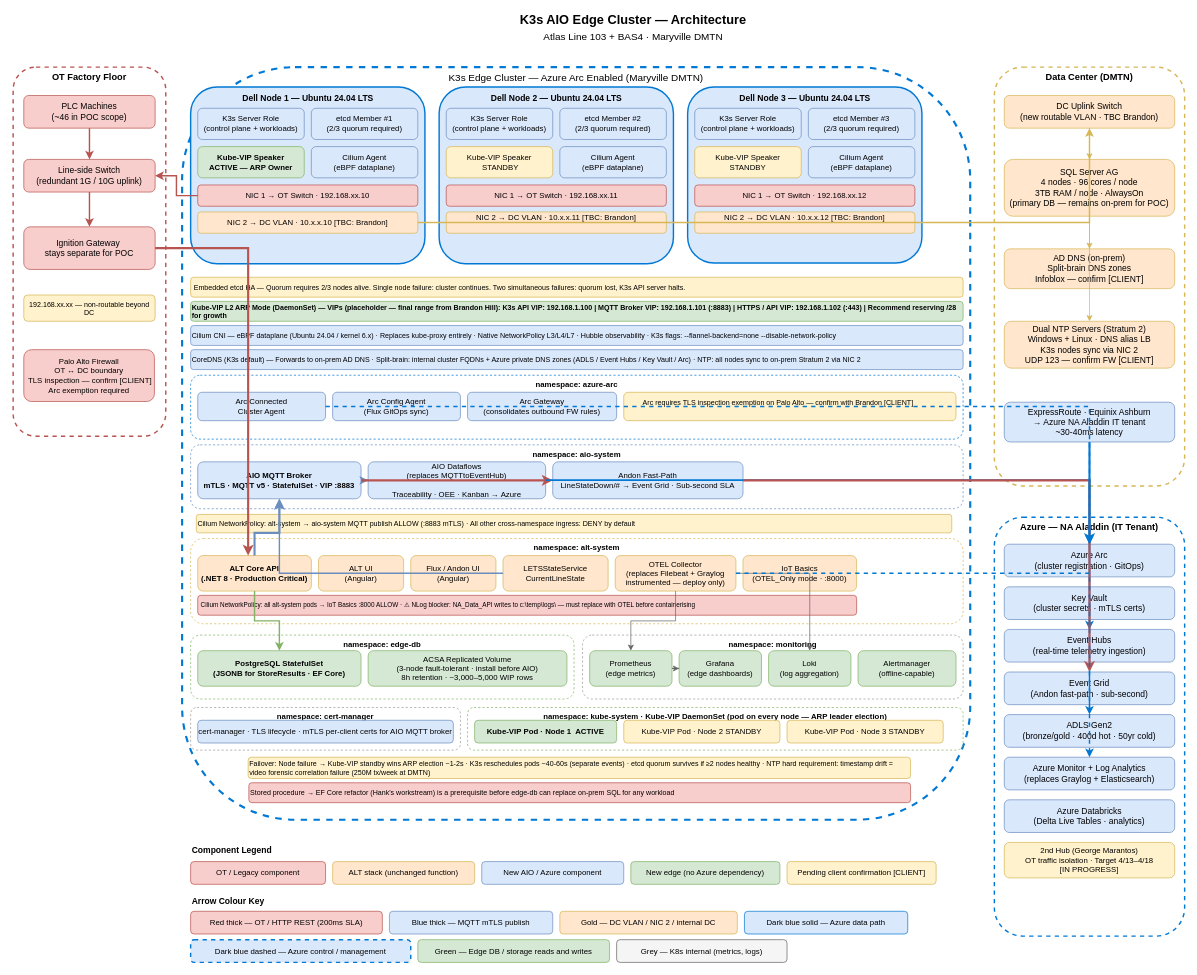
This is page "Architecture" (1 of 5) of aio/AIO.drawio from avinashr-insight/manufacturing-iot, a draw.io file, before an edit. Source tidied: cells renumbered, new cells numbered last; positions are measured from the earlier drawing's top-left corner, leaving out a move shared by most shapes. Both pictures are drawn from the tidied source at 71%, with x=0, y=0 at pixel (13, 12).
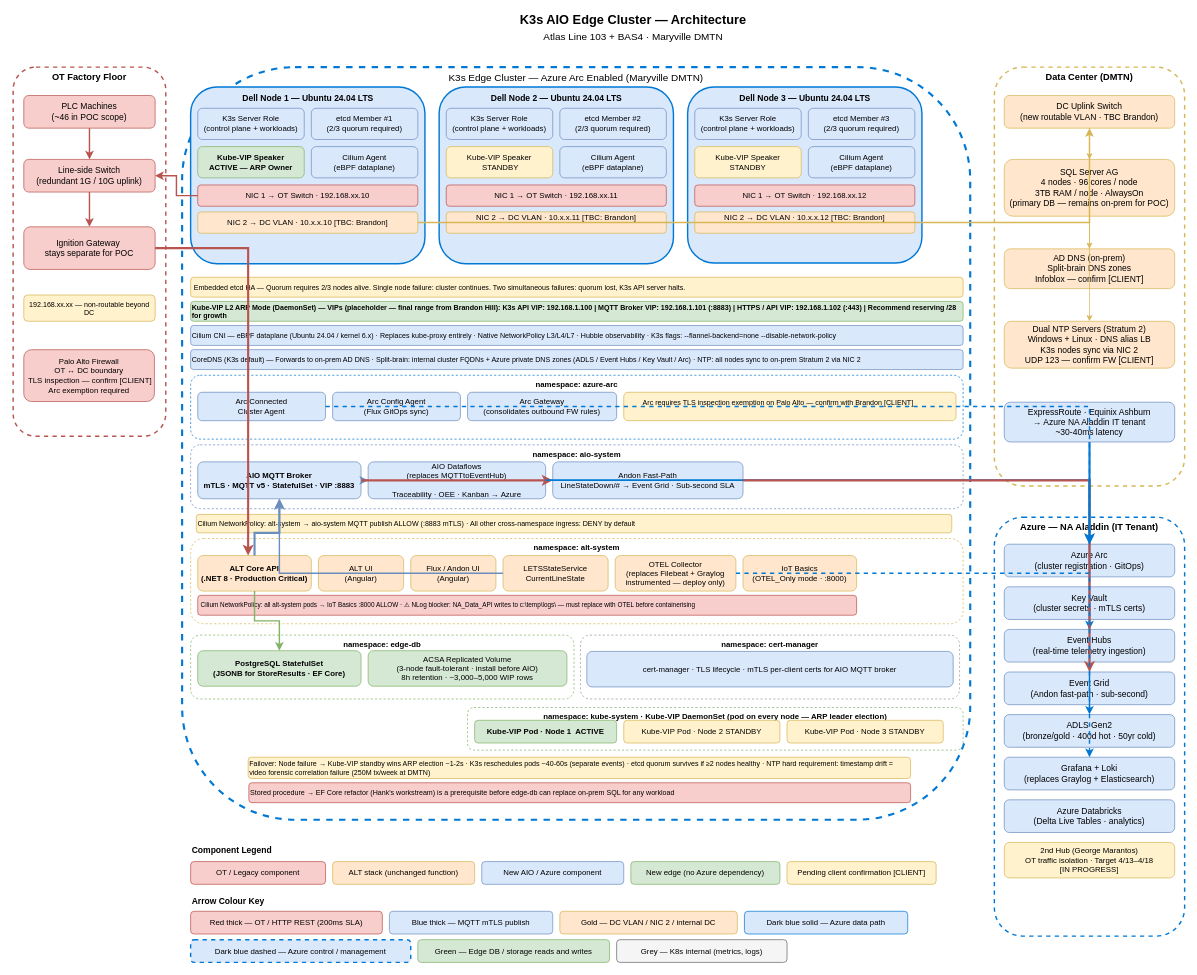
Above is the later version.

Commit message (it also covers changes not shown here):
Removed monitoring namespace readded IoT Basics, updated azure environment to reflect Grafana + Loki

The change refers to these unchanged cells:
```xml
<mxCell id="53" value="OTEL Collector&#10;(replaces Filebeat + Graylog&#10;instrumented — deploy only)" style="rounded=1;whiteSpace=wrap;html=1;fillColor=#ffe6cc;strokeColor=#d6b656;fontSize=11;" parent="1" vertex="1">
  <mxGeometry x="848" y="765" width="170" height="50" as="geometry" />
</mxCell>
```

Change to the diagram source:
```diff
@@
-    <mxCell id="59" value="namespace: monitoring" style="rounded=1;whiteSpace=wrap;html=1;fillColor=none;strokeColor=#999999;dashed=1;fontSize=11;fontStyle=1;verticalAlign=top;strokeWidth=1;" parent="1" vertex="1">
-      <mxGeometry x="802" y="877" width="536" height="90" as="geometry" />
-    </mxCell>
-    <mxCell id="60" value="Prometheus&#10;(edge metrics)" style="rounded=1;whiteSpace=wrap;html=1;fillColor=#d5e8d4;strokeColor=#82b366;fontSize=11;" parent="1" vertex="1">
-      <mxGeometry x="812" y="899" width="116" height="50" as="geometry" />
-    </mxCell>
-    <mxCell id="61" value="Grafana&#10;(edge dashboards)" style="rounded=1;whiteSpace=wrap;html=1;fillColor=#d5e8d4;strokeColor=#82b366;fontSize=11;" parent="1" vertex="1">
-      <mxGeometry x="938" y="899" width="116" height="50" as="geometry" />
-    </mxCell>
-    <mxCell id="62" value="Loki&#10;(log aggregation)" style="rounded=1;whiteSpace=wrap;html=1;fillColor=#d5e8d4;strokeColor=#82b366;fontSize=11;" parent="1" vertex="1">
-      <mxGeometry x="1064" y="899" width="116" height="50" as="geometry" />
-    </mxCell>
-    <mxCell id="63" value="Alertmanager&#10;(offline-capable)" style="rounded=1;whiteSpace=wrap;html=1;fillColor=#d5e8d4;strokeColor=#82b366;fontSize=11;" parent="1" vertex="1">
-      <mxGeometry x="1190" y="899" width="138" height="50" as="geometry" />
-    </mxCell>
     <mxCell id="64" value="namespace: cert-manager" style="rounded=1;whiteSpace=wrap;html=1;fillColor=none;strokeColor=#999999;dashed=1;fontSize=11;fontStyle=1;verticalAlign=top;strokeWidth=1;" parent="1" vertex="1">
-      <mxGeometry x="250" y="979" width="380" height="60" as="geometry" />
+      <mxGeometry x="799" y="877" width="534" height="90" as="geometry" />
     </mxCell>
     <mxCell id="65" value="cert-manager · TLS lifecycle · mTLS per-client certs for AIO MQTT broker" style="rounded=1;whiteSpace=wrap;html=1;fillColor=#dae8fc;strokeColor=#6c8ebf;fontSize=11;" parent="1" vertex="1">
-      <mxGeometry x="260" y="997" width="360" height="32" as="geometry" />
+      <mxGeometry x="808" y="900" width="516" height="50" as="geometry" />
     </mxCell>
@@
-    <mxCell id="84" value="Azure Monitor + Log Analytics&#10;(replaces Graylog + Elasticsearch)" style="rounded=1;whiteSpace=wrap;html=1;fillColor=#dae8fc;strokeColor=#6c8ebf;fontSize=12;" parent="1" vertex="1">
+    <mxCell id="84" value="Grafana + Loki&lt;br&gt;(replaces Graylog + Elasticsearch)" style="rounded=1;whiteSpace=wrap;html=1;fillColor=#dae8fc;strokeColor=#6c8ebf;fontSize=12;" parent="1" vertex="1">
       <mxGeometry x="1396" y="1049" width="240" height="46" as="geometry" />
     </mxCell>
@@
-    <mxCell id="97" style="edgeStyle=orthogonalEdgeStyle;rounded=0;html=1;strokeColor=#666666;" parent="1" edge="1" source="53" target="62">
-      <mxGeometry relative="1" as="geometry" />
-    </mxCell>
-    <mxCell id="98" style="edgeStyle=orthogonalEdgeStyle;rounded=0;html=1;strokeColor=#666666;" parent="1" edge="1" source="53" target="60">
-      <mxGeometry relative="1" as="geometry" />
-    </mxCell>
-    <mxCell id="99" style="edgeStyle=orthogonalEdgeStyle;rounded=0;html=1;strokeColor=#666666;" parent="1" edge="1" source="60" target="61">
-      <mxGeometry relative="1" as="geometry" />
-    </mxCell>
```
